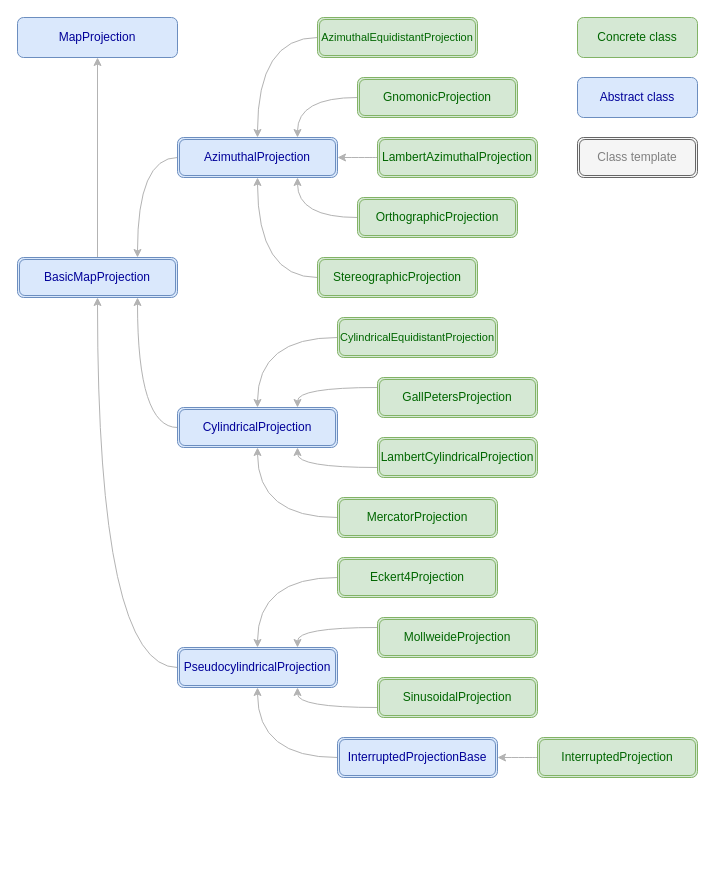
Above: docs/images/projection-classes.drawio in CaptainCrowbar/crow (draw.io), before the change. Source tidied: cells renumbered, new cells numbered last; positions are measured from the earlier drawing's top-left corner, leaving out a move shared by most shapes. Both pictures are drawn from the tidied source at 100%, with x=0, y=0 at pixel (17, 17).
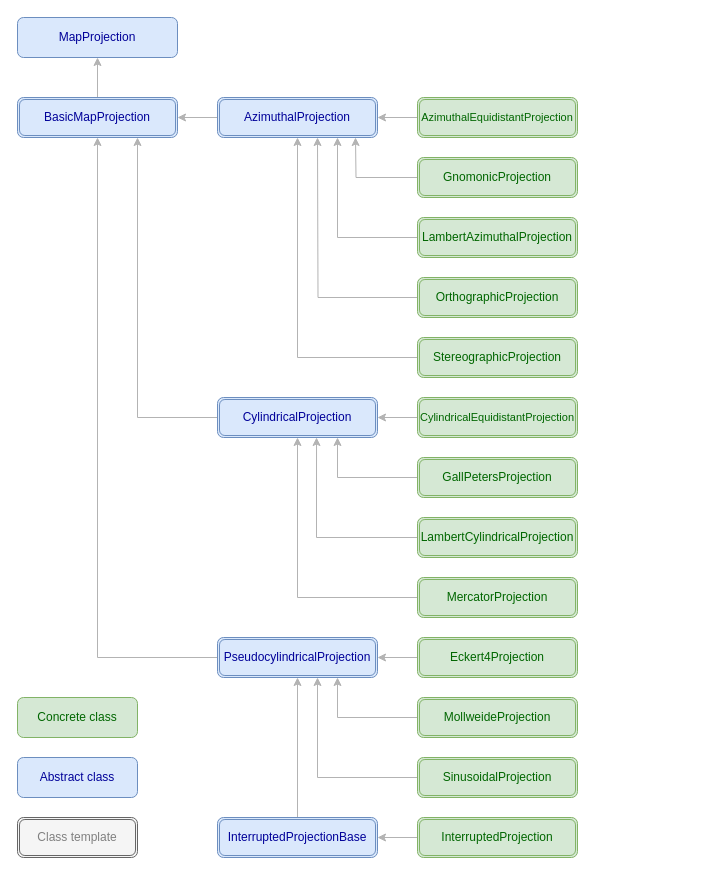
The same diagram, later.

Commit message (it also covers changes not shown here):
Tidy up projection diagram

Diff of the diagram source:
```diff
@@
     <mxCell id="4" value="BasicMapProjection" style="shape=ext;double=1;rounded=1;whiteSpace=wrap;html=1;fontFamily=Helvetica;fillColor=#dae8fc;strokeColor=#6c8ebf;fontColor=#000099;" parent="1" vertex="1">
-      <mxGeometry y="240" width="160" height="40" as="geometry" />
+      <mxGeometry y="80" width="160" height="40" as="geometry" />
     </mxCell>
     <mxCell id="5" value="Concrete class" style="rounded=1;whiteSpace=wrap;html=1;fillColor=#d5e8d4;strokeColor=#82b366;fontColor=#006600;" parent="1" vertex="1">
-      <mxGeometry x="560" width="120" height="40" as="geometry" />
+      <mxGeometry y="680" width="120" height="40" as="geometry" />
     </mxCell>
     <mxCell id="6" value="Abstract class" style="rounded=1;whiteSpace=wrap;html=1;fillColor=#dae8fc;strokeColor=#6c8ebf;fontColor=#000099;" parent="1" vertex="1">
-      <mxGeometry x="560" y="60" width="120" height="40" as="geometry" />
+      <mxGeometry y="740" width="120" height="40" as="geometry" />
     </mxCell>
     <mxCell id="7" value="Class template" style="shape=ext;double=1;rounded=1;whiteSpace=wrap;html=1;fillColor=#f5f5f5;fontColor=#808080;strokeColor=#666666;" parent="1" vertex="1">
-      <mxGeometry x="560" y="120" width="120" height="40" as="geometry" />
+      <mxGeometry y="800" width="120" height="40" as="geometry" />
     </mxCell>
-    <mxCell id="8" style="edgeStyle=orthogonalEdgeStyle;curved=1;rounded=0;jettySize=auto;html=1;entryX=0.75;entryY=0;entryDx=0;entryDy=0;fontFamily=Helvetica;fontSize=11;fontColor=#000099;exitX=0;exitY=0.5;exitDx=0;exitDy=0;strokeColor=#B3B3B3;" parent="1" edge="1" source="9" target="4">
+    <mxCell id="8" style="rounded=0;jettySize=auto;html=1;entryX=1;entryY=0.5;entryDx=0;entryDy=0;fontFamily=Helvetica;fontSize=11;fontColor=#000099;exitX=0;exitY=0.5;exitDx=0;exitDy=0;strokeColor=#B3B3B3;edgeStyle=orthogonalEdgeStyle;" parent="1" edge="1" source="9" target="4">
       <mxGeometry relative="1" as="geometry" />
     </mxCell>
     <mxCell id="9" value="AzimuthalProjection" style="shape=ext;double=1;rounded=1;whiteSpace=wrap;html=1;fontFamily=Helvetica;fillColor=#dae8fc;strokeColor=#6c8ebf;fontColor=#000099;" parent="1" vertex="1">
-      <mxGeometry x="160" y="120" width="160" height="40" as="geometry" />
+      <mxGeometry x="200" y="80" width="160" height="40" as="geometry" />
     </mxCell>
-    <mxCell id="10" style="edgeStyle=orthogonalEdgeStyle;curved=1;rounded=0;jettySize=auto;html=1;fontFamily=Helvetica;fontSize=11;fontColor=#000099;entryX=0.75;entryY=1;entryDx=0;entryDy=0;exitX=0;exitY=0.5;exitDx=0;exitDy=0;strokeColor=#B3B3B3;" parent="1" edge="1" source="11" target="4">
+    <mxCell id="10" style="rounded=0;jettySize=auto;html=1;fontFamily=Helvetica;fontSize=11;fontColor=#000099;entryX=0.75;entryY=1;entryDx=0;entryDy=0;exitX=0;exitY=0.5;exitDx=0;exitDy=0;strokeColor=#B3B3B3;edgeStyle=orthogonalEdgeStyle;" parent="1" edge="1" source="11" target="4">
       <mxGeometry relative="1" as="geometry" />
     </mxCell>
     <mxCell id="11" value="CylindricalProjection" style="shape=ext;double=1;rounded=1;whiteSpace=wrap;html=1;fontFamily=Helvetica;fillColor=#dae8fc;strokeColor=#6c8ebf;fontColor=#000099;" parent="1" vertex="1">
-      <mxGeometry x="160" y="390" width="160" height="40" as="geometry" />
+      <mxGeometry x="200" y="380" width="160" height="40" as="geometry" />
     </mxCell>
-    <mxCell id="12" style="edgeStyle=orthogonalEdgeStyle;curved=1;rounded=0;jettySize=auto;html=1;fontFamily=Helvetica;fontSize=11;fontColor=#000099;strokeColor=#B3B3B3;" parent="1" edge="1" source="13" target="15">
+    <mxCell id="12" style="edgeStyle=orthogonalEdgeStyle;rounded=0;jettySize=auto;html=1;fontFamily=Helvetica;fontSize=11;fontColor=#000099;strokeColor=#B3B3B3;" parent="1" edge="1" source="13" target="15">
       <mxGeometry relative="1" as="geometry" />
     </mxCell>
     <mxCell id="13" value="InterruptedProjection" style="shape=ext;double=1;rounded=1;whiteSpace=wrap;html=1;fontFamily=Helvetica;fillColor=#d5e8d4;strokeColor=#82b366;fontColor=#006600;" parent="1" vertex="1">
-      <mxGeometry x="520" y="720" width="160" height="40" as="geometry" />
+      <mxGeometry x="400" y="800" width="160" height="40" as="geometry" />
     </mxCell>
-    <mxCell id="14" style="edgeStyle=orthogonalEdgeStyle;curved=1;rounded=0;jettySize=auto;html=1;entryX=0.5;entryY=1;entryDx=0;entryDy=0;fontFamily=Helvetica;fontSize=11;fontColor=#000099;exitX=0;exitY=0.5;exitDx=0;exitDy=0;strokeColor=#B3B3B3;" parent="1" edge="1" source="15" target="17">
+    <mxCell id="14" style="rounded=0;jettySize=auto;html=1;fontFamily=Helvetica;fontSize=11;fontColor=#000099;strokeColor=#B3B3B3;edgeStyle=orthogonalEdgeStyle;" parent="1" edge="1" source="15" target="17">
       <mxGeometry relative="1" as="geometry" />
     </mxCell>
     <mxCell id="15" value="InterruptedProjectionBase" style="shape=ext;double=1;rounded=1;whiteSpace=wrap;html=1;fontFamily=Helvetica;fillColor=#dae8fc;strokeColor=#6c8ebf;fontColor=#000099;" parent="1" vertex="1">
-      <mxGeometry x="320" y="720" width="160" height="40" as="geometry" />
+      <mxGeometry x="200" y="800" width="160" height="40" as="geometry" />
     </mxCell>
-    <mxCell id="16" style="edgeStyle=orthogonalEdgeStyle;curved=1;rounded=0;jettySize=auto;html=1;fontFamily=Helvetica;fontSize=11;fontColor=#000099;entryX=0.5;entryY=1;entryDx=0;entryDy=0;exitX=0;exitY=0.5;exitDx=0;exitDy=0;strokeColor=#B3B3B3;" parent="1" edge="1" source="17" target="4">
+    <mxCell id="16" style="rounded=0;jettySize=auto;html=1;fontFamily=Helvetica;fontSize=11;fontColor=#000099;entryX=0.5;entryY=1;entryDx=0;entryDy=0;exitX=0;exitY=0.5;exitDx=0;exitDy=0;strokeColor=#B3B3B3;edgeStyle=orthogonalEdgeStyle;" parent="1" edge="1" source="17" target="4">
       <mxGeometry relative="1" as="geometry" />
     </mxCell>
     <mxCell id="17" value="PseudocylindricalProjection" style="shape=ext;double=1;rounded=1;whiteSpace=wrap;html=1;fontFamily=Helvetica;fillColor=#dae8fc;strokeColor=#6c8ebf;fontColor=#000099;" parent="1" vertex="1">
-      <mxGeometry x="160" y="630" width="160" height="40" as="geometry" />
+      <mxGeometry x="200" y="620" width="160" height="40" as="geometry" />
     </mxCell>
-    <mxCell id="18" style="edgeStyle=orthogonalEdgeStyle;curved=1;rounded=0;jettySize=auto;html=1;fontFamily=Helvetica;fontSize=11;fontColor=#000099;exitX=0;exitY=0.5;exitDx=0;exitDy=0;strokeColor=#B3B3B3;" parent="1" edge="1" source="19" target="17">
+    <mxCell id="18" style="rounded=0;jettySize=auto;html=1;fontFamily=Helvetica;fontSize=11;fontColor=#000099;exitX=0;exitY=0.5;exitDx=0;exitDy=0;strokeColor=#B3B3B3;edgeStyle=orthogonalEdgeStyle;" parent="1" edge="1" source="19" target="17">
       <mxGeometry relative="1" as="geometry" />
     </mxCell>
     <mxCell id="19" value="Eckert4Projection" style="shape=ext;double=1;rounded=1;whiteSpace=wrap;html=1;fontFamily=Helvetica;fillColor=#d5e8d4;strokeColor=#82b366;fontColor=#006600;" parent="1" vertex="1">
-      <mxGeometry x="320" y="540" width="160" height="40" as="geometry" />
+      <mxGeometry x="400" y="620" width="160" height="40" as="geometry" />
     </mxCell>
-    <mxCell id="20" style="edgeStyle=orthogonalEdgeStyle;curved=1;rounded=0;jettySize=auto;html=1;entryX=0.75;entryY=0;entryDx=0;entryDy=0;fontFamily=Helvetica;fontSize=11;fontColor=#000099;exitX=0;exitY=0.25;exitDx=0;exitDy=0;strokeColor=#B3B3B3;" parent="1" edge="1" source="21" target="17">
+    <mxCell id="20" style="rounded=0;jettySize=auto;html=1;entryX=0.75;entryY=1;entryDx=0;entryDy=0;fontFamily=Helvetica;fontSize=11;fontColor=#000099;exitX=0;exitY=0.5;exitDx=0;exitDy=0;strokeColor=#B3B3B3;edgeStyle=orthogonalEdgeStyle;" parent="1" edge="1" source="21" target="17">
       <mxGeometry relative="1" as="geometry" />
     </mxCell>
     <mxCell id="21" value="MollweideProjection" style="shape=ext;double=1;rounded=1;whiteSpace=wrap;html=1;fontFamily=Helvetica;fillColor=#d5e8d4;strokeColor=#82b366;fontColor=#006600;" parent="1" vertex="1">
-      <mxGeometry x="360" y="600" width="160" height="40" as="geometry" />
+      <mxGeometry x="400" y="680" width="160" height="40" as="geometry" />
     </mxCell>
-    <mxCell id="22" style="edgeStyle=orthogonalEdgeStyle;curved=1;rounded=0;jettySize=auto;html=1;entryX=0.75;entryY=1;entryDx=0;entryDy=0;fontFamily=Helvetica;fontSize=11;fontColor=#000099;exitX=0;exitY=0.75;exitDx=0;exitDy=0;strokeColor=#B3B3B3;" parent="1" edge="1" source="23" target="17">
+    <mxCell id="22" style="rounded=0;jettySize=auto;html=1;fontFamily=Helvetica;fontSize=11;fontColor=#000099;exitX=0;exitY=0.5;exitDx=0;exitDy=0;strokeColor=#B3B3B3;edgeStyle=orthogonalEdgeStyle;entryX=0.625;entryY=1;entryDx=0;entryDy=0;entryPerimeter=0;" parent="1" edge="1" source="23" target="17">
       <mxGeometry relative="1" as="geometry" />
     </mxCell>
     <mxCell id="23" value="SinusoidalProjection&lt;br&gt;" style="shape=ext;double=1;rounded=1;whiteSpace=wrap;html=1;fontFamily=Helvetica;fillColor=#d5e8d4;strokeColor=#82b366;fontColor=#006600;" parent="1" vertex="1">
-      <mxGeometry x="360" y="660" width="160" height="40" as="geometry" />
+      <mxGeometry x="400" y="740" width="160" height="40" as="geometry" />
     </mxCell>
-    <mxCell id="24" style="edgeStyle=orthogonalEdgeStyle;curved=1;rounded=0;jettySize=auto;html=1;entryX=0.5;entryY=0;entryDx=0;entryDy=0;fontFamily=Helvetica;fontSize=11;fontColor=#000099;exitX=0;exitY=0.5;exitDx=0;exitDy=0;strokeColor=#B3B3B3;" parent="1" edge="1" source="25" target="9">
+    <mxCell id="24" style="rounded=0;jettySize=auto;html=1;entryX=1;entryY=0.5;entryDx=0;entryDy=0;fontFamily=Helvetica;fontSize=11;fontColor=#000099;exitX=0;exitY=0.5;exitDx=0;exitDy=0;strokeColor=#B3B3B3;edgeStyle=orthogonalEdgeStyle;" parent="1" edge="1" source="25" target="9">
       <mxGeometry relative="1" as="geometry" />
     </mxCell>
     <mxCell id="25" value="AzimuthalEquidistantProjection" style="shape=ext;double=1;rounded=1;whiteSpace=wrap;html=1;fontFamily=Helvetica;fillColor=#d5e8d4;strokeColor=#82b366;fontColor=#006600;fontSize=11;" parent="1" vertex="1">
-      <mxGeometry x="300" width="160" height="40" as="geometry" />
+      <mxGeometry x="400" y="80" width="160" height="40" as="geometry" />
     </mxCell>
-    <mxCell id="26" style="edgeStyle=orthogonalEdgeStyle;curved=1;rounded=0;jettySize=auto;html=1;entryX=0.75;entryY=0;entryDx=0;entryDy=0;fontFamily=Helvetica;fontSize=11;fontColor=#000099;strokeColor=#B3B3B3;" parent="1" edge="1" source="27" target="9">
-      <mxGeometry relative="1" as="geometry" />
+    <mxCell id="26" style="rounded=0;jettySize=auto;html=1;fontFamily=Helvetica;fontSize=11;fontColor=#000099;strokeColor=#B3B3B3;edgeStyle=orthogonalEdgeStyle;" parent="1" edge="1" source="27">
+      <mxGeometry relative="1" as="geometry">
+        <mxPoint x="338" y="120" as="targetPoint" />
+      </mxGeometry>
     </mxCell>
     <mxCell id="27" value="GnomonicProjection" style="shape=ext;double=1;rounded=1;whiteSpace=wrap;html=1;fontFamily=Helvetica;fillColor=#d5e8d4;strokeColor=#82b366;fontColor=#006600;" parent="1" vertex="1">
-      <mxGeometry x="340" y="60" width="160" height="40" as="geometry" />
+      <mxGeometry x="400" y="140" width="160" height="40" as="geometry" />
     </mxCell>
-    <mxCell id="28" style="edgeStyle=orthogonalEdgeStyle;curved=1;rounded=0;jettySize=auto;html=1;fontFamily=Helvetica;fontSize=11;fontColor=#000099;strokeColor=#B3B3B3;" parent="1" edge="1" source="29" target="9">
+    <mxCell id="28" style="edgeStyle=orthogonalEdgeStyle;rounded=0;jettySize=auto;html=1;fontFamily=Helvetica;fontSize=11;fontColor=#000099;strokeColor=#B3B3B3;entryX=0.75;entryY=1;entryDx=0;entryDy=0;" parent="1" edge="1" source="29" target="9">
       <mxGeometry relative="1" as="geometry" />
     </mxCell>
     <mxCell id="29" value="LambertAzimuthalProjection" style="shape=ext;double=1;rounded=1;whiteSpace=wrap;html=1;fontFamily=Helvetica;fillColor=#d5e8d4;strokeColor=#82b366;fontColor=#006600;" parent="1" vertex="1">
-      <mxGeometry x="360" y="120" width="160" height="40" as="geometry" />
+      <mxGeometry x="400" y="200" width="160" height="40" as="geometry" />
     </mxCell>
-    <mxCell id="30" style="edgeStyle=orthogonalEdgeStyle;curved=1;rounded=0;jettySize=auto;html=1;fontFamily=Helvetica;fontSize=11;fontColor=#000099;exitX=0;exitY=0.5;exitDx=0;exitDy=0;strokeColor=#B3B3B3;" parent="1" edge="1" source="31" target="11">
+    <mxCell id="30" style="rounded=0;jettySize=auto;html=1;fontFamily=Helvetica;fontSize=11;fontColor=#000099;exitX=0;exitY=0.5;exitDx=0;exitDy=0;strokeColor=#B3B3B3;edgeStyle=orthogonalEdgeStyle;" parent="1" edge="1" source="31" target="11">
       <mxGeometry relative="1" as="geometry" />
     </mxCell>
     <mxCell id="31" value="CylindricalEquidistantProjection" style="shape=ext;double=1;rounded=1;whiteSpace=wrap;html=1;fontFamily=Helvetica;fillColor=#d5e8d4;strokeColor=#82b366;fontColor=#006600;fontSize=11;" parent="1" vertex="1">
-      <mxGeometry x="320" y="300" width="160" height="40" as="geometry" />
+      <mxGeometry x="400" y="380" width="160" height="40" as="geometry" />
     </mxCell>
-    <mxCell id="32" style="edgeStyle=orthogonalEdgeStyle;curved=1;rounded=0;jettySize=auto;html=1;entryX=0.5;entryY=1;entryDx=0;entryDy=0;fontFamily=Helvetica;fontSize=11;fontColor=#000099;exitX=0;exitY=0.5;exitDx=0;exitDy=0;strokeColor=#B3B3B3;" parent="1" edge="1" source="33" target="9">
+    <mxCell id="32" style="rounded=0;jettySize=auto;html=1;fontFamily=Helvetica;fontSize=11;fontColor=#000099;exitX=0;exitY=0.5;exitDx=0;exitDy=0;strokeColor=#B3B3B3;edgeStyle=orthogonalEdgeStyle;entryX=0.5;entryY=1;entryDx=0;entryDy=0;" parent="1" edge="1" source="33" target="9">
       <mxGeometry relative="1" as="geometry" />
     </mxCell>
     <mxCell id="33" value="StereographicProjection" style="shape=ext;double=1;rounded=1;whiteSpace=wrap;html=1;fontFamily=Helvetica;fillColor=#d5e8d4;strokeColor=#82b366;fontColor=#006600;" parent="1" vertex="1">
-      <mxGeometry x="300" y="240" width="160" height="40" as="geometry" />
+      <mxGeometry x="400" y="320" width="160" height="40" as="geometry" />
     </mxCell>
-    <mxCell id="34" style="edgeStyle=orthogonalEdgeStyle;curved=1;rounded=0;jettySize=auto;html=1;entryX=0.75;entryY=1;entryDx=0;entryDy=0;fontFamily=Helvetica;fontSize=11;fontColor=#000099;strokeColor=#B3B3B3;" parent="1" edge="1" source="35" target="9">
-      <mxGeometry relative="1" as="geometry" />
+    <mxCell id="34" style="rounded=0;jettySize=auto;html=1;fontFamily=Helvetica;fontSize=11;fontColor=#000099;strokeColor=#B3B3B3;edgeStyle=orthogonalEdgeStyle;" parent="1" edge="1" source="35">
+      <mxGeometry relative="1" as="geometry">
+        <mxPoint x="300" y="120" as="targetPoint" />
+      </mxGeometry>
     </mxCell>
     <mxCell id="35" value="OrthographicProjection" style="shape=ext;double=1;rounded=1;whiteSpace=wrap;html=1;fontFamily=Helvetica;fillColor=#d5e8d4;strokeColor=#82b366;fontColor=#006600;" parent="1" vertex="1">
-      <mxGeometry x="340" y="180" width="160" height="40" as="geometry" />
+      <mxGeometry x="400" y="260" width="160" height="40" as="geometry" />
     </mxCell>
-    <mxCell id="36" style="edgeStyle=orthogonalEdgeStyle;curved=1;rounded=0;jettySize=auto;html=1;fontFamily=Helvetica;fontSize=11;fontColor=#000099;entryX=0.75;entryY=0;entryDx=0;entryDy=0;exitX=0;exitY=0.25;exitDx=0;exitDy=0;strokeColor=#B3B3B3;" parent="1" edge="1" source="37" target="11">
+    <mxCell id="36" style="rounded=0;jettySize=auto;html=1;fontFamily=Helvetica;fontSize=11;fontColor=#000099;entryX=0.75;entryY=1;entryDx=0;entryDy=0;exitX=0;exitY=0.5;exitDx=0;exitDy=0;strokeColor=#B3B3B3;edgeStyle=orthogonalEdgeStyle;" parent="1" edge="1" source="37" target="11">
       <mxGeometry relative="1" as="geometry" />
     </mxCell>
     <mxCell id="37" value="GallPetersProjection" style="shape=ext;double=1;rounded=1;whiteSpace=wrap;html=1;fontFamily=Helvetica;fillColor=#d5e8d4;strokeColor=#82b366;fontColor=#006600;" parent="1" vertex="1">
-      <mxGeometry x="360" y="360" width="160" height="40" as="geometry" />
+      <mxGeometry x="400" y="440" width="160" height="40" as="geometry" />
     </mxCell>
-    <mxCell id="38" style="edgeStyle=orthogonalEdgeStyle;curved=1;rounded=0;jettySize=auto;html=1;entryX=0.75;entryY=1;entryDx=0;entryDy=0;fontFamily=Helvetica;fontSize=11;fontColor=#000099;exitX=0;exitY=0.75;exitDx=0;exitDy=0;strokeColor=#B3B3B3;" parent="1" edge="1" source="39" target="11">
+    <mxCell id="38" style="rounded=0;jettySize=auto;html=1;entryX=0.619;entryY=1;entryDx=0;entryDy=0;fontFamily=Helvetica;fontSize=11;fontColor=#000099;exitX=0;exitY=0.5;exitDx=0;exitDy=0;strokeColor=#B3B3B3;edgeStyle=orthogonalEdgeStyle;entryPerimeter=0;" parent="1" edge="1" source="39" target="11">
       <mxGeometry relative="1" as="geometry" />
     </mxCell>
     <mxCell id="39" value="LambertCylindricalProjection" style="shape=ext;double=1;rounded=1;whiteSpace=wrap;html=1;fontFamily=Helvetica;fillColor=#d5e8d4;strokeColor=#82b366;fontColor=#006600;" parent="1" vertex="1">
-      <mxGeometry x="360" y="420" width="160" height="40" as="geometry" />
+      <mxGeometry x="400" y="500" width="160" height="40" as="geometry" />
     </mxCell>
-    <mxCell id="40" style="edgeStyle=orthogonalEdgeStyle;curved=1;rounded=0;jettySize=auto;html=1;fontFamily=Helvetica;fontSize=11;fontColor=#000099;exitX=0;exitY=0.5;exitDx=0;exitDy=0;strokeColor=#B3B3B3;" parent="1" edge="1" source="41" target="11">
+    <mxCell id="40" style="rounded=0;jettySize=auto;html=1;fontFamily=Helvetica;fontSize=11;fontColor=#000099;exitX=0;exitY=0.5;exitDx=0;exitDy=0;strokeColor=#B3B3B3;edgeStyle=orthogonalEdgeStyle;entryX=0.5;entryY=1;entryDx=0;entryDy=0;" parent="1" edge="1" source="41" target="11">
       <mxGeometry relative="1" as="geometry" />
     </mxCell>
     <mxCell id="41" value="MercatorProjection" style="shape=ext;double=1;rounded=1;whiteSpace=wrap;html=1;fontFamily=Helvetica;fillColor=#d5e8d4;strokeColor=#82b366;fontColor=#006600;" parent="1" vertex="1">
-      <mxGeometry x="320" y="480" width="160" height="40" as="geometry" />
+      <mxGeometry x="400" y="560" width="160" height="40" as="geometry" />
     </mxCell>
```
